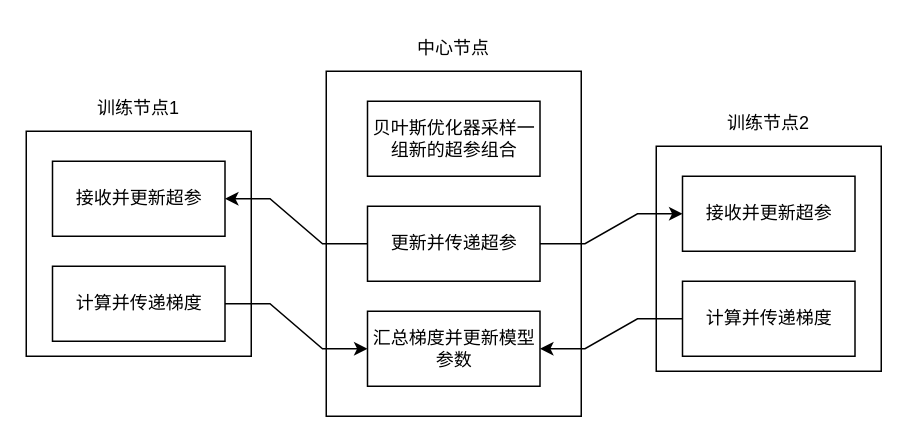
This is pictures/专利图3.drawio from jacmule/drwaIO, a draw.io file, before an edit. Source tidied: cells renumbered, new cells numbered last; positions are measured from the earlier drawing's top-left corner, leaving out a move shared by most shapes. Both pictures are drawn from the tidied source at 150%, with x=0, y=0 at pixel (26, 26).
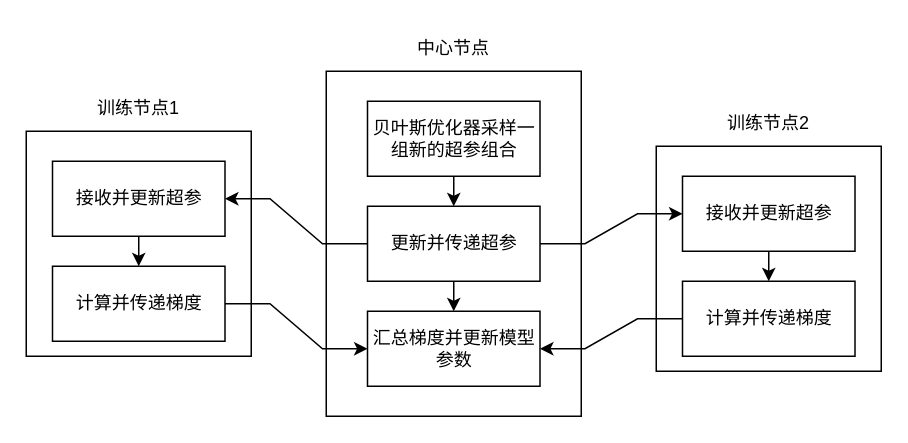
The same diagram, later.

The change refers to these unchanged cells:
```xml
<mxCell id="5" value="贝叶斯优化器采样一组新的超参组合" style="rounded=0;whiteSpace=wrap;html=1;" parent="1" vertex="1">
  <mxGeometry x="227.5" y="50" width="115" height="50" as="geometry" />
</mxCell>
<mxCell id="8" value="更新并传递超参" style="rounded=0;whiteSpace=wrap;html=1;" parent="1" vertex="1">
  <mxGeometry x="227.5" y="120" width="115" height="50" as="geometry" />
</mxCell>
<mxCell id="9" value="汇总梯度并更新模型参数" style="rounded=0;whiteSpace=wrap;html=1;" parent="1" vertex="1">
  <mxGeometry x="227.5" y="190" width="115" height="50" as="geometry" />
</mxCell>
<mxCell id="10" value="接收并更新超参" style="rounded=0;whiteSpace=wrap;html=1;" parent="1" vertex="1">
  <mxGeometry x="17.5" y="90" width="115" height="50" as="geometry" />
</mxCell>
<mxCell id="12" value="计算并传递梯度" style="rounded=0;whiteSpace=wrap;html=1;" parent="1" vertex="1">
  <mxGeometry x="17.5" y="160" width="115" height="50" as="geometry" />
</mxCell>
<mxCell id="13" value="接收并更新超参" style="rounded=0;whiteSpace=wrap;html=1;" parent="1" vertex="1">
  <mxGeometry x="437.5" y="100" width="115" height="50" as="geometry" />
</mxCell>
<mxCell id="15" value="计算并传递梯度" style="rounded=0;whiteSpace=wrap;html=1;" parent="1" vertex="1">
  <mxGeometry x="437.5" y="170" width="115" height="50" as="geometry" />
</mxCell>
```

Change to the diagram source:
```diff
@@
+    <mxCell id="19" style="edgeStyle=orthogonalEdgeStyle;rounded=0;jettySize=auto;html=1;exitX=0.5;exitY=1;exitDx=0;exitDy=0;entryX=0.5;entryY=0;entryDx=0;entryDy=0;fontSize=16;" parent="1" edge="1" source="5" target="8">
+      <mxGeometry relative="1" as="geometry" />
+    </mxCell>
@@
+    <mxCell id="20" style="edgeStyle=orthogonalEdgeStyle;rounded=0;jettySize=auto;html=1;exitX=0.5;exitY=1;exitDx=0;exitDy=0;entryX=0.5;entryY=0;entryDx=0;entryDy=0;fontSize=16;" parent="1" edge="1" source="8" target="9">
+      <mxGeometry relative="1" as="geometry" />
+    </mxCell>
@@
+    <mxCell id="21" style="edgeStyle=orthogonalEdgeStyle;rounded=0;jettySize=auto;html=1;exitX=0.5;exitY=1;exitDx=0;exitDy=0;entryX=0.5;entryY=0;entryDx=0;entryDy=0;fontSize=16;" parent="1" edge="1" source="10" target="12">
+      <mxGeometry relative="1" as="geometry" />
+    </mxCell>
@@
+    <mxCell id="22" style="edgeStyle=orthogonalEdgeStyle;rounded=0;jettySize=auto;html=1;exitX=0.5;exitY=1;exitDx=0;exitDy=0;entryX=0.5;entryY=0;entryDx=0;entryDy=0;fontSize=16;" parent="1" edge="1" source="13" target="15">
+      <mxGeometry relative="1" as="geometry" />
+    </mxCell>
```
